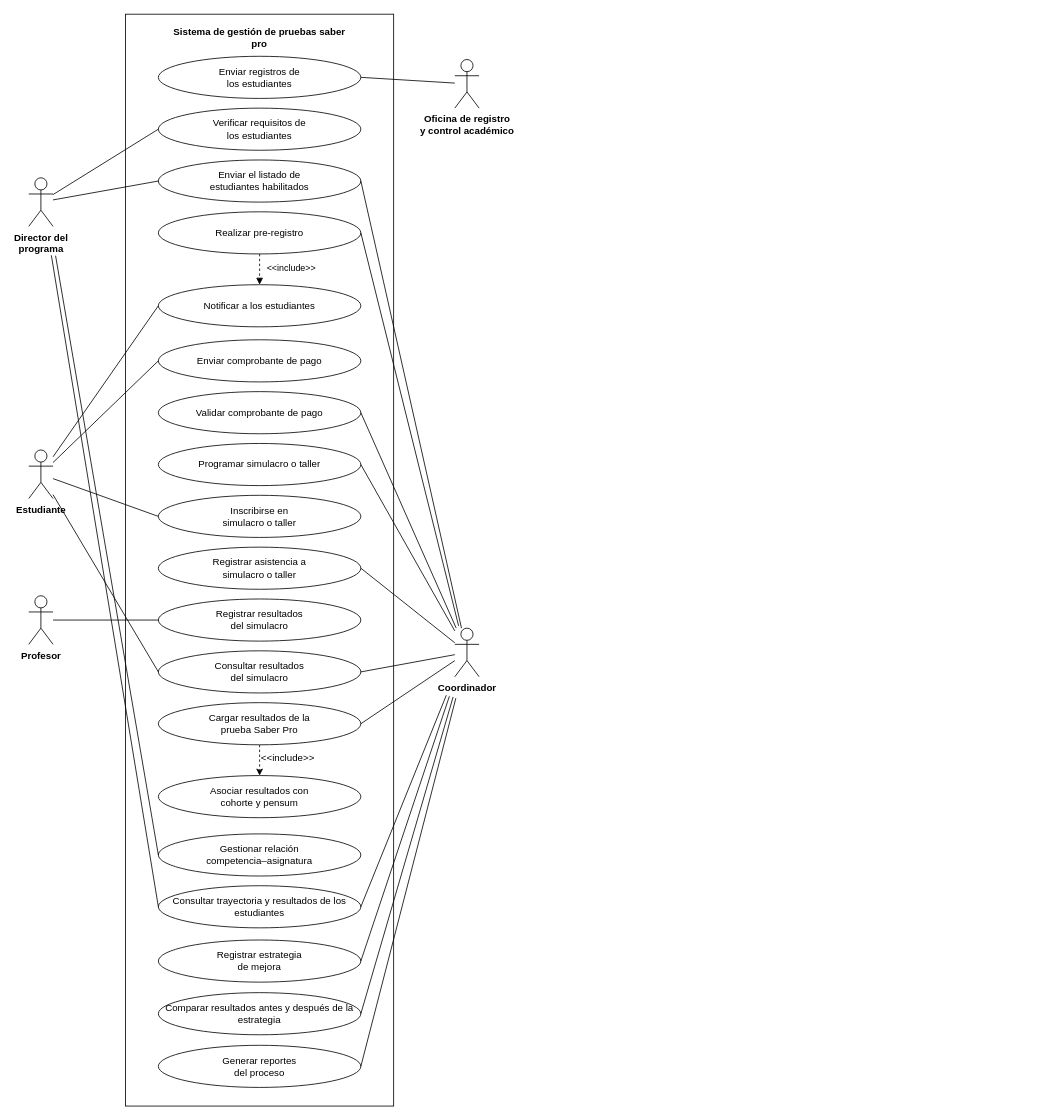
lauubeltran/isi-2026ii-SaberPro keeps this draw.io diagram as Diagramas cdu/diagrama_requerimientos_saber_pro.drawio. Above is the earlier version. Source tidied: cells renumbered, new cells numbered last; positions are measured from the earlier drawing's top-left corner, leaving out a move shared by most shapes. Both pictures are drawn from the tidied source at 81%, with x=0, y=0 at pixel (28, 14).
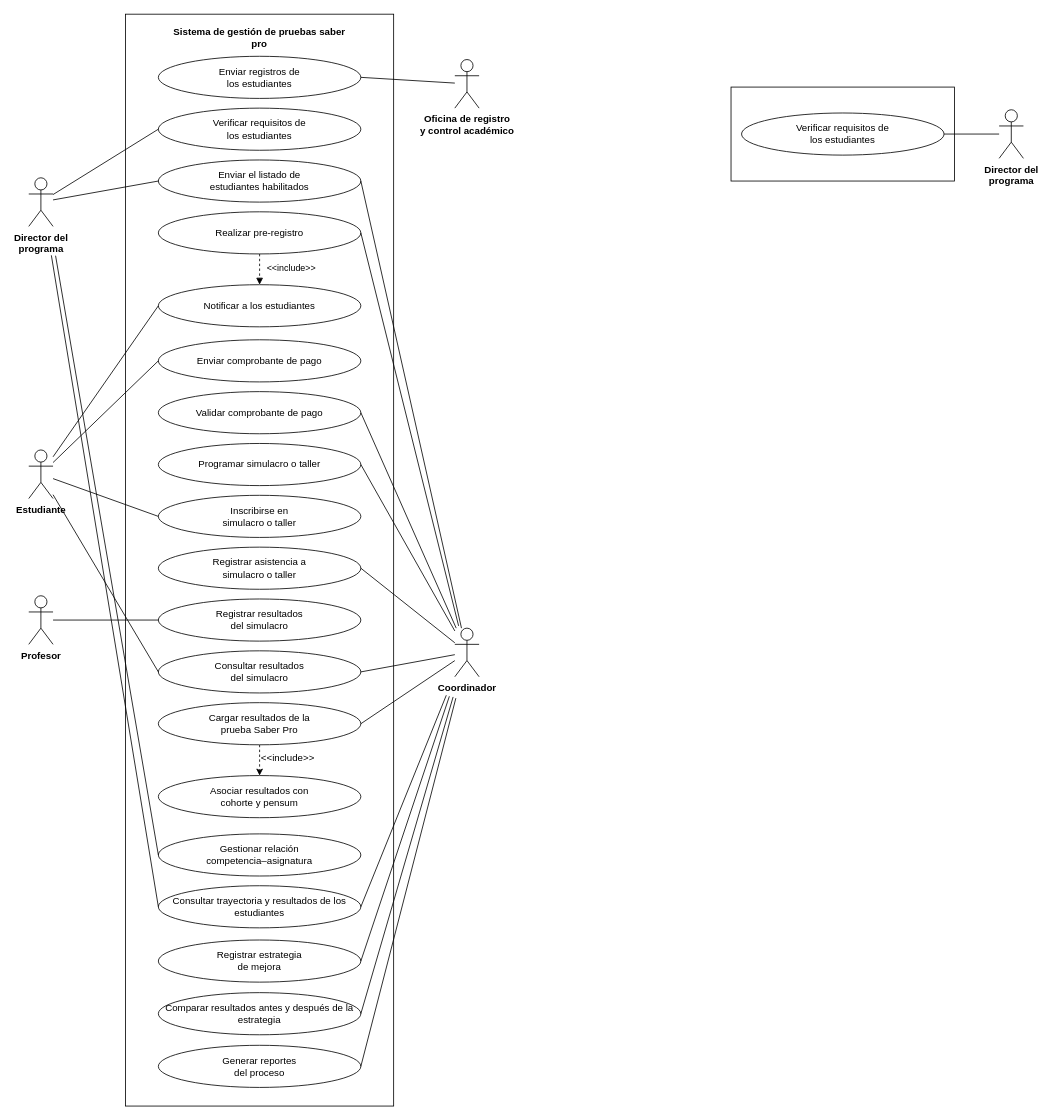
The same page after the edit.

Diff of the diagram source:
```diff
@@
+    <mxCell id="52" style="rounded=0;whiteSpace=wrap;html=1;" parent="1" vertex="1">
+      <mxGeometry x="867" y="90" width="276" height="116" as="geometry" />
+    </mxCell>
+    <mxCell id="53" style="edgeStyle=orthogonalEdgeStyle;rounded=0;jettySize=auto;html=1;endArrow=none;endFill=0;" parent="1" edge="1" source="54" target="55">
+      <mxGeometry relative="1" as="geometry" />
+    </mxCell>
+    <mxCell id="54" value="Verificar requisitos de&lt;br&gt;los estudiantes" style="ellipse;whiteSpace=wrap;html=1;fontSize=12;fillColor=#ffffff;strokeColor=#000000;" parent="1" vertex="1">
+      <mxGeometry x="880" y="122" width="250" height="52" as="geometry" />
+    </mxCell>
+    <mxCell id="55" value="Director del&lt;br&gt;programa" style="shape=umlActor;verticalLabelPosition=bottom;verticalAlign=top;html=1;outlineConnect=0;fontStyle=1;fontSize=12;" parent="1" vertex="1">
+      <mxGeometry x="1198" y="118" width="30" height="60" as="geometry" />
+    </mxCell>
```
